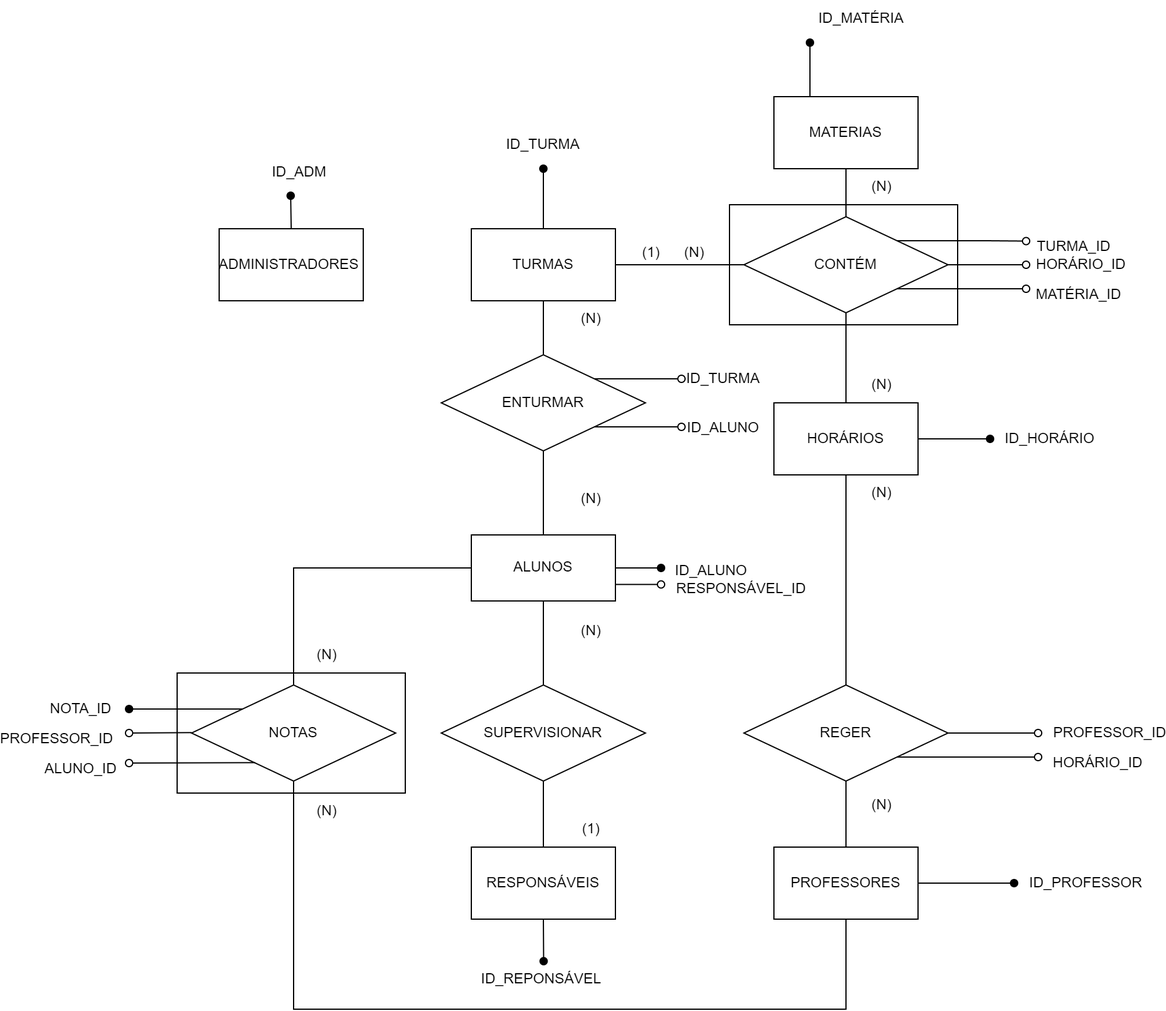
This is sisescola_mysql/der.drawio.png from gabcasanova/EduSyst, a draw.io export, as it was before one commit. Source tidied: cells renumbered, new cells last; positions are measured from the earlier drawing's top-left corner, leaving out a move shared by most shapes.
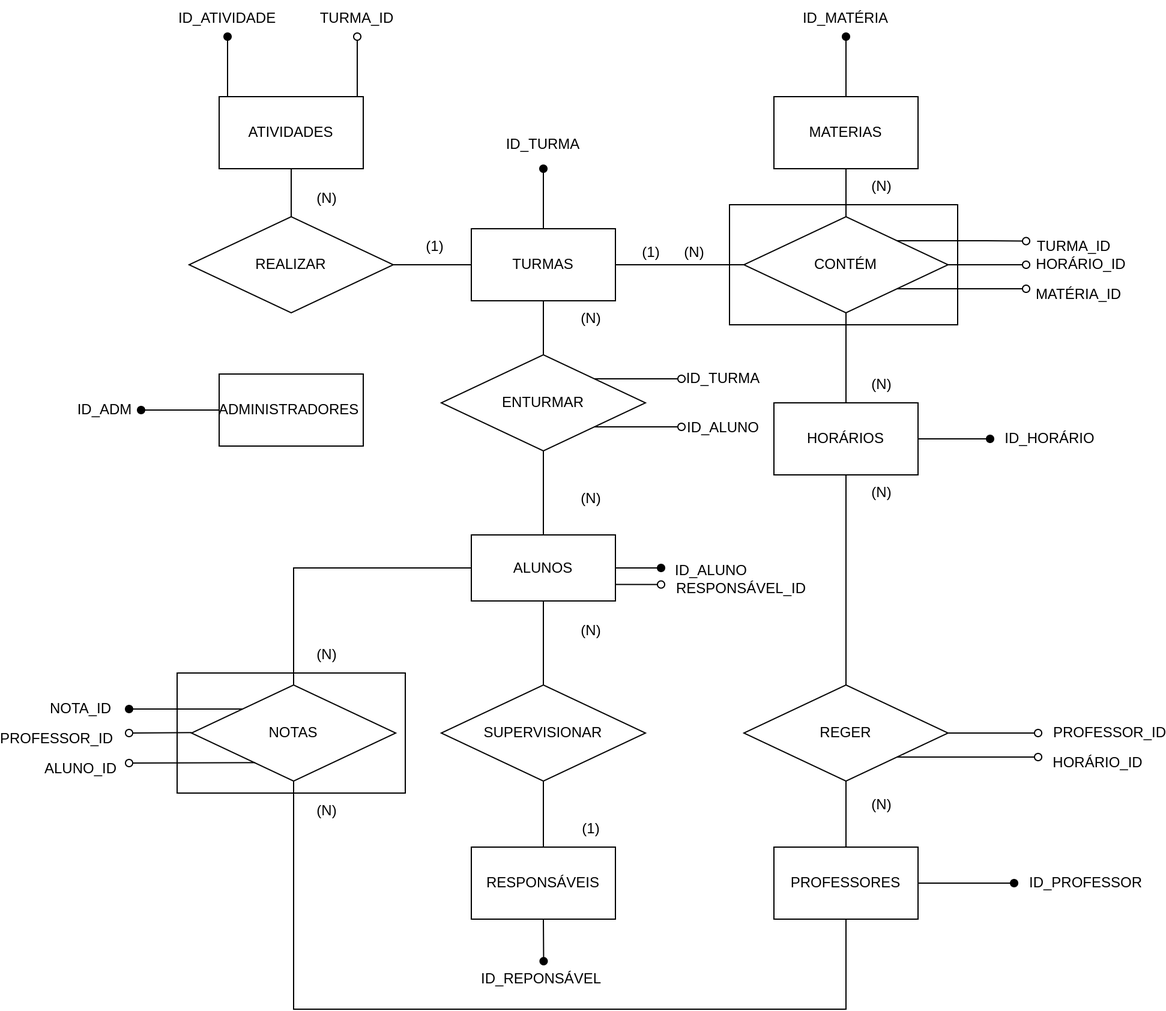
Above is the later version.

Commit message:
Nova entidade "atividades"

Diff of the diagram source:
```diff
@@ -56,11 +56,9 @@
     <mxCell id="14" value="HORÁRIOS" style="rounded=0;whiteSpace=wrap;html=1;" parent="1" vertex="1">
       <mxGeometry x="627" y="335" width="120" height="60" as="geometry" />
     </mxCell>
-    <mxCell id="15" style="edgeStyle=orthogonalEdgeStyle;rounded=0;jettySize=auto;html=1;exitX=0.25;exitY=0;exitDx=0;exitDy=0;endArrow=oval;endFill=1;" parent="1" edge="1" source="16">
-      <mxGeometry relative="1" as="geometry">
-        <mxPoint x="657" y="35" as="targetPoint" />
-      </mxGeometry>
-    </mxCell>
+    <mxCell id="76" style="edgeStyle=orthogonalEdgeStyle;rounded=0;jettySize=auto;html=1;entryX=0.5;entryY=1;entryDx=0;entryDy=0;endArrow=oval;endFill=1;" parent="1" edge="1" source="16" target="54">
+      <mxGeometry relative="1" as="geometry" />
+    </mxCell>
     <mxCell id="16" value="MATERIAS" style="rounded=0;whiteSpace=wrap;html=1;" parent="1" vertex="1">
       <mxGeometry x="627" y="80" width="120" height="60" as="geometry" />
     </mxCell>
@@ -72,8 +70,11 @@
     <mxCell id="18" value="PROFESSORES" style="rounded=0;whiteSpace=wrap;html=1;" parent="1" vertex="1">
       <mxGeometry x="627" y="705" width="120" height="60" as="geometry" />
     </mxCell>
+    <mxCell id="61" style="edgeStyle=orthogonalEdgeStyle;rounded=0;jettySize=auto;html=1;endArrow=oval;endFill=1;" parent="1" edge="1" source="19" target="47">
+      <mxGeometry relative="1" as="geometry" />
+    </mxCell>
     <mxCell id="19" value="ADMINISTRADORES&amp;nbsp;" style="rounded=0;whiteSpace=wrap;html=1;" parent="1" vertex="1">
-      <mxGeometry x="165" y="190" width="120" height="60" as="geometry" />
+      <mxGeometry x="165" y="311" width="120" height="60" as="geometry" />
     </mxCell>
     <mxCell id="20" style="edgeStyle=orthogonalEdgeStyle;rounded=0;jettySize=auto;html=1;exitX=0.5;exitY=1;exitDx=0;exitDy=0;entryX=0.5;entryY=0;entryDx=0;entryDy=0;endArrow=none;endFill=0;" parent="1" edge="1" source="24" target="18">
       <mxGeometry relative="1" as="geometry" />
@@ -171,7 +172,7 @@
       <mxGeometry x="495" y="195" width="60" height="30" as="geometry" />
     </mxCell>
     <mxCell id="47" value="ID_ADM" style="text;html=1;align=center;verticalAlign=middle;whiteSpace=wrap;rounded=0;" parent="1" vertex="1">
-      <mxGeometry x="202" y="127.5" width="60" height="30" as="geometry" />
+      <mxGeometry x="40" y="326" width="60" height="30" as="geometry" />
     </mxCell>
     <mxCell id="48" value="MATÉRIA_ID" style="text;html=1;align=center;verticalAlign=middle;whiteSpace=wrap;rounded=0;" parent="1" vertex="1">
       <mxGeometry x="851" y="230" width="60" height="30" as="geometry" />
@@ -192,7 +193,7 @@
       <mxGeometry x="687" y="395" width="60" height="30" as="geometry" />
     </mxCell>
     <mxCell id="54" value="ID_MATÉRIA" style="text;html=1;align=center;verticalAlign=middle;whiteSpace=wrap;rounded=0;" parent="1" vertex="1">
-      <mxGeometry x="670" width="60" height="30" as="geometry" />
+      <mxGeometry x="657" width="60" height="30" as="geometry" />
     </mxCell>
     <mxCell id="55" value="ID_HORÁRIO" style="text;html=1;align=center;verticalAlign=middle;whiteSpace=wrap;rounded=0;" parent="1" vertex="1">
       <mxGeometry x="827" y="350" width="60" height="30" as="geometry" />
@@ -212,9 +213,6 @@
     <mxCell id="60" value="TURMA_ID" style="text;html=1;align=center;verticalAlign=middle;whiteSpace=wrap;rounded=0;" parent="1" vertex="1">
       <mxGeometry x="847" y="190" width="60" height="30" as="geometry" />
     </mxCell>
-    <mxCell id="61" style="edgeStyle=orthogonalEdgeStyle;rounded=0;jettySize=auto;html=1;exitX=0.5;exitY=0;exitDx=0;exitDy=0;entryX=0.376;entryY=1.167;entryDx=0;entryDy=0;entryPerimeter=0;endArrow=oval;endFill=1;" parent="1" edge="1" source="19" target="47">
-      <mxGeometry relative="1" as="geometry" />
-    </mxCell>
     <mxCell id="62" value="ID_ALUNO" style="text;html=1;align=center;verticalAlign=middle;whiteSpace=wrap;rounded=0;" parent="1" vertex="1">
       <mxGeometry x="555" y="341" width="60" height="30" as="geometry" />
     </mxCell>
@@ -274,5 +272,45 @@
     <mxCell id="75" value="(N)" style="text;html=1;align=center;verticalAlign=middle;whiteSpace=wrap;rounded=0;" parent="1" vertex="1">
       <mxGeometry x="225" y="660" width="60" height="30" as="geometry" />
     </mxCell>
+    <mxCell id="77" style="edgeStyle=orthogonalEdgeStyle;rounded=0;jettySize=auto;html=1;endArrow=none;endFill=0;" parent="1" edge="1" source="80" target="82">
+      <mxGeometry relative="1" as="geometry" />
+    </mxCell>
+    <mxCell id="78" style="edgeStyle=orthogonalEdgeStyle;rounded=0;jettySize=auto;html=1;entryX=0.5;entryY=1;entryDx=0;entryDy=0;endArrow=oval;endFill=1;" parent="1" edge="1" source="80" target="85">
+      <mxGeometry relative="1" as="geometry">
+        <Array as="points">
+          <mxPoint x="172" y="70" />
+          <mxPoint x="172" y="70" />
+        </Array>
+      </mxGeometry>
+    </mxCell>
+    <mxCell id="79" style="edgeStyle=orthogonalEdgeStyle;rounded=0;jettySize=auto;html=1;endArrow=oval;endFill=0;" parent="1" edge="1" source="80" target="86">
+      <mxGeometry relative="1" as="geometry">
+        <Array as="points">
+          <mxPoint x="280" y="70" />
+          <mxPoint x="280" y="70" />
+        </Array>
+      </mxGeometry>
+    </mxCell>
+    <mxCell id="80" value="ATIVIDADES" style="rounded=0;whiteSpace=wrap;html=1;" parent="1" vertex="1">
+      <mxGeometry x="165" y="80" width="120" height="60" as="geometry" />
+    </mxCell>
+    <mxCell id="81" style="edgeStyle=orthogonalEdgeStyle;rounded=0;jettySize=auto;html=1;endArrow=none;endFill=0;" parent="1" edge="1" source="82" target="5">
+      <mxGeometry relative="1" as="geometry" />
+    </mxCell>
+    <mxCell id="82" value="REALIZAR" style="rhombus;whiteSpace=wrap;html=1;" parent="1" vertex="1">
+      <mxGeometry x="140" y="180" width="170" height="80" as="geometry" />
+    </mxCell>
+    <mxCell id="83" value="(N)" style="text;html=1;align=center;verticalAlign=middle;whiteSpace=wrap;rounded=0;" parent="1" vertex="1">
+      <mxGeometry x="225" y="150" width="60" height="30" as="geometry" />
+    </mxCell>
+    <mxCell id="84" value="(1)" style="text;html=1;align=center;verticalAlign=middle;whiteSpace=wrap;rounded=0;" parent="1" vertex="1">
+      <mxGeometry x="315" y="190" width="60" height="30" as="geometry" />
+    </mxCell>
+    <mxCell id="85" value="ID_ATIVIDADE" style="text;html=1;align=center;verticalAlign=middle;whiteSpace=wrap;rounded=0;" parent="1" vertex="1">
+      <mxGeometry x="142" width="60" height="30" as="geometry" />
+    </mxCell>
+    <mxCell id="86" value="TURMA_ID" style="text;html=1;align=center;verticalAlign=middle;whiteSpace=wrap;rounded=0;" parent="1" vertex="1">
+      <mxGeometry x="250" width="60" height="30" as="geometry" />
+    </mxCell>
   </root>
 </mxGraphModel>
```
